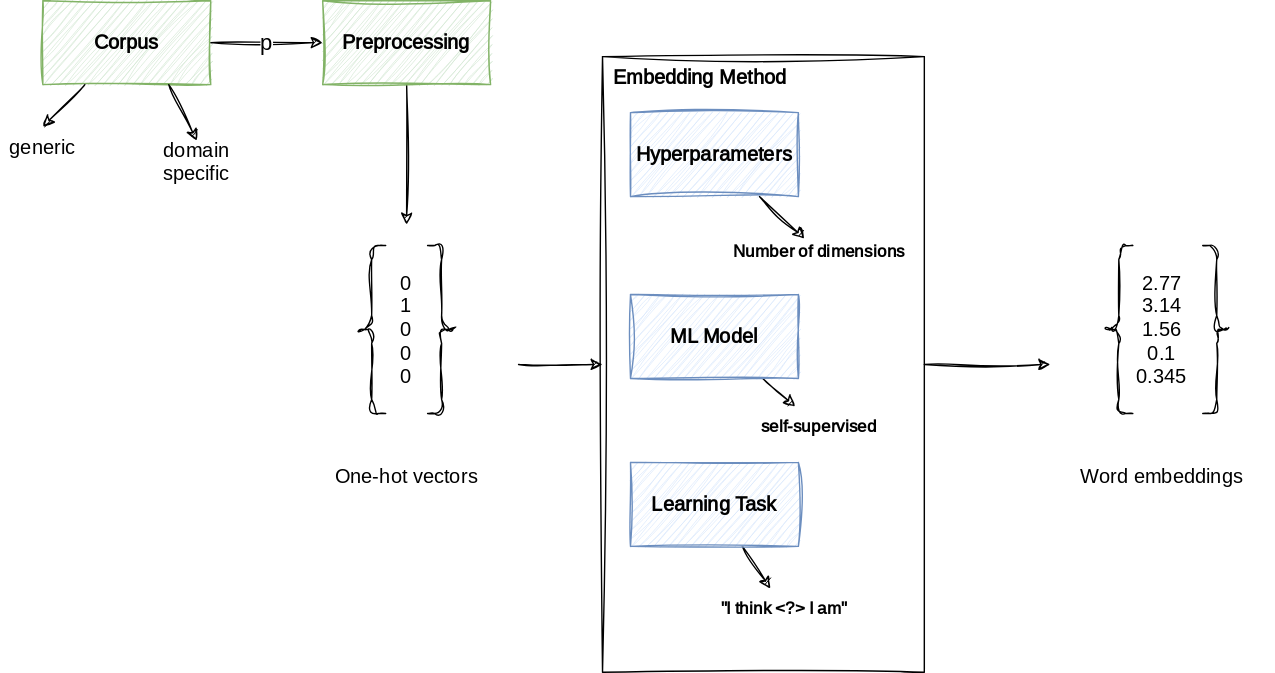
This is docs/img/word-embeddings-process.drawio.svg from pkeilbach/htwg-practical-nlp, a draw.io export, as it was before one commit. Source tidied: cells renumbered, new cells last; positions are measured from the earlier drawing's top-left corner, leaving out a move shared by most shapes. Its diagram source:
```xml
<mxGraphModel>
  <root>
    <mxCell id="0" />
    <mxCell id="1" parent="0" />
    <mxCell id="2" value="p" style="edgeStyle=none;sketch=1;hachureGap=4;jiggle=2;curveFitting=1;html=1;fontFamily=Architects Daughter;fontSource=https%3A%2F%2Ffonts.googleapis.com%2Fcss%3Ffamily%3DArchitects%2BDaughter;fontSize=16;" parent="1" edge="1" source="3" target="5">
      <mxGeometry relative="1" as="geometry" />
    </mxCell>
    <mxCell id="3" value="Corpus" style="rounded=0;whiteSpace=wrap;html=1;sketch=1;fillColor=#d5e8d4;strokeColor=#82b366;fontStyle=1;hachureGap=4;jiggle=2;curveFitting=1;fontFamily=Architects Daughter;fontSource=https%3A%2F%2Ffonts.googleapis.com%2Fcss%3Ffamily%3DArchitects%2BDaughter;fontSize=14;" parent="1" vertex="1">
      <mxGeometry x="30" width="120" height="60" as="geometry" />
    </mxCell>
    <mxCell id="4" style="edgeStyle=none;sketch=1;hachureGap=4;jiggle=2;curveFitting=1;html=1;fontFamily=Architects Daughter;fontSource=https%3A%2F%2Ffonts.googleapis.com%2Fcss%3Ffamily%3DArchitects%2BDaughter;fontSize=14;entryX=0.5;entryY=0;entryDx=0;entryDy=0;" parent="1" edge="1" source="5" target="11">
      <mxGeometry relative="1" as="geometry" />
    </mxCell>
    <mxCell id="5" value="Preprocessing" style="rounded=0;whiteSpace=wrap;html=1;sketch=1;fillColor=#d5e8d4;strokeColor=#82b366;fontStyle=1;hachureGap=4;jiggle=2;curveFitting=1;fontFamily=Architects Daughter;fontSource=https%3A%2F%2Ffonts.googleapis.com%2Fcss%3Ffamily%3DArchitects%2BDaughter;fontSize=14;" parent="1" vertex="1">
      <mxGeometry x="230" width="120" height="60" as="geometry" />
    </mxCell>
    <mxCell id="6" style="edgeStyle=none;sketch=1;hachureGap=4;jiggle=2;curveFitting=1;html=1;fontFamily=Architects Daughter;fontSource=https%3A%2F%2Ffonts.googleapis.com%2Fcss%3Ffamily%3DArchitects%2BDaughter;fontSize=14;entryX=0;entryY=0.5;entryDx=0;entryDy=0;exitX=1;exitY=0.5;exitDx=0;exitDy=0;" parent="1" edge="1" source="7" target="13">
      <mxGeometry relative="1" as="geometry" />
    </mxCell>
    <mxCell id="7" style="swimlane;startSize=0;sketch=1;hachureGap=4;jiggle=2;curveFitting=1;fontFamily=Architects Daughter;fontSource=https%3A%2F%2Ffonts.googleapis.com%2Fcss%3Ffamily%3DArchitects%2BDaughter;fontSize=14;strokeColor=none;" parent="1" vertex="1">
      <mxGeometry x="210" y="160" width="160" height="200" as="geometry" />
    </mxCell>
    <mxCell id="8" value="One-hot vectors" style="text;html=1;strokeColor=none;fillColor=none;align=center;verticalAlign=middle;whiteSpace=wrap;rounded=0;sketch=1;hachureGap=4;jiggle=2;curveFitting=1;fontFamily=Architects Daughter;fontSource=https%3A%2F%2Ffonts.googleapis.com%2Fcss%3Ffamily%3DArchitects%2BDaughter;fontSize=14;" parent="7" vertex="1">
      <mxGeometry x="5" y="165" width="150" height="30" as="geometry" />
    </mxCell>
    <mxCell id="9" style="shape=curlyBracket;whiteSpace=wrap;html=1;rounded=1;labelPosition=left;verticalLabelPosition=middle;align=right;verticalAlign=middle;sketch=1;hachureGap=4;jiggle=2;curveFitting=1;fontFamily=Architects Daughter;fontSource=https%3A%2F%2Ffonts.googleapis.com%2Fcss%3Ffamily%3DArchitects%2BDaughter;fontSize=14;" parent="7" vertex="1">
      <mxGeometry x="45" y="15" width="20" height="120" as="geometry" />
    </mxCell>
    <mxCell id="10" style="shape=curlyBracket;whiteSpace=wrap;html=1;rounded=1;flipH=1;labelPosition=right;verticalLabelPosition=middle;align=left;verticalAlign=middle;sketch=1;hachureGap=4;jiggle=2;curveFitting=1;fontFamily=Architects Daughter;fontSource=https%3A%2F%2Ffonts.googleapis.com%2Fcss%3Ffamily%3DArchitects%2BDaughter;fontSize=14;" parent="7" vertex="1">
      <mxGeometry x="95" y="15" width="20" height="120" as="geometry" />
    </mxCell>
    <mxCell id="11" value="0&lt;br&gt;1&lt;br&gt;0&lt;br&gt;0&lt;br&gt;0" style="text;html=1;strokeColor=none;fillColor=none;align=center;verticalAlign=middle;whiteSpace=wrap;rounded=0;sketch=1;hachureGap=4;jiggle=2;curveFitting=1;fontFamily=Architects Daughter;fontSource=https%3A%2F%2Ffonts.googleapis.com%2Fcss%3Ffamily%3DArchitects%2BDaughter;fontSize=14;" parent="7" vertex="1">
      <mxGeometry x="65" width="30" height="150" as="geometry" />
    </mxCell>
    <mxCell id="12" style="edgeStyle=none;sketch=1;hachureGap=4;jiggle=2;curveFitting=1;html=1;fontFamily=Architects Daughter;fontSource=https%3A%2F%2Ffonts.googleapis.com%2Fcss%3Ffamily%3DArchitects%2BDaughter;fontSize=14;entryX=0;entryY=0.5;entryDx=0;entryDy=0;" parent="1" edge="1" source="13" target="23">
      <mxGeometry relative="1" as="geometry" />
    </mxCell>
    <mxCell id="13" value="Embedding Method" style="swimlane;startSize=0;sketch=1;hachureGap=4;jiggle=2;curveFitting=1;fontFamily=Architects Daughter;fontSource=https%3A%2F%2Ffonts.googleapis.com%2Fcss%3Ffamily%3DArchitects%2BDaughter;fontSize=14;fillColor=none;verticalAlign=top;align=left;labelPosition=center;verticalLabelPosition=middle;spacingLeft=6;" parent="1" vertex="1">
      <mxGeometry x="430" y="40" width="230" height="440" as="geometry" />
    </mxCell>
    <mxCell id="14" style="edgeStyle=none;sketch=1;hachureGap=4;jiggle=2;curveFitting=1;html=1;fontFamily=Architects Daughter;fontSource=https%3A%2F%2Ffonts.googleapis.com%2Fcss%3Ffamily%3DArchitects%2BDaughter;fontSize=12;" parent="13" edge="1" source="15" target="22">
      <mxGeometry relative="1" as="geometry" />
    </mxCell>
    <mxCell id="15" value="ML Model" style="rounded=0;whiteSpace=wrap;html=1;sketch=1;fillColor=#dae8fc;strokeColor=#6c8ebf;fontStyle=1;hachureGap=4;jiggle=2;curveFitting=1;fontFamily=Architects Daughter;fontSource=https%3A%2F%2Ffonts.googleapis.com%2Fcss%3Ffamily%3DArchitects%2BDaughter;fontSize=14;" parent="13" vertex="1">
      <mxGeometry x="20" y="170" width="120" height="60" as="geometry" />
    </mxCell>
    <mxCell id="16" style="edgeStyle=none;sketch=1;hachureGap=4;jiggle=2;curveFitting=1;html=1;fontFamily=Architects Daughter;fontSource=https%3A%2F%2Ffonts.googleapis.com%2Fcss%3Ffamily%3DArchitects%2BDaughter;fontSize=12;" parent="13" edge="1" source="17" target="21">
      <mxGeometry relative="1" as="geometry" />
    </mxCell>
    <mxCell id="17" value="Learning Task" style="rounded=0;whiteSpace=wrap;html=1;sketch=1;fillColor=#dae8fc;strokeColor=#6c8ebf;fontStyle=1;hachureGap=4;jiggle=2;curveFitting=1;fontFamily=Architects Daughter;fontSource=https%3A%2F%2Ffonts.googleapis.com%2Fcss%3Ffamily%3DArchitects%2BDaughter;fontSize=14;" parent="13" vertex="1">
      <mxGeometry x="20" y="290" width="120" height="60" as="geometry" />
    </mxCell>
    <mxCell id="18" style="edgeStyle=none;sketch=1;hachureGap=4;jiggle=2;curveFitting=1;html=1;fontFamily=Architects Daughter;fontSource=https%3A%2F%2Ffonts.googleapis.com%2Fcss%3Ffamily%3DArchitects%2BDaughter;fontSize=14;" parent="13" edge="1" source="19" target="20">
      <mxGeometry relative="1" as="geometry" />
    </mxCell>
    <mxCell id="19" value="Hyperparameters" style="rounded=0;whiteSpace=wrap;html=1;sketch=1;fillColor=#dae8fc;strokeColor=#6c8ebf;fontStyle=1;hachureGap=4;jiggle=2;curveFitting=1;fontFamily=Architects Daughter;fontSource=https%3A%2F%2Ffonts.googleapis.com%2Fcss%3Ffamily%3DArchitects%2BDaughter;fontSize=14;" parent="13" vertex="1">
      <mxGeometry x="20" y="40" width="120" height="60" as="geometry" />
    </mxCell>
    <mxCell id="20" value="Number of dimensions" style="text;html=1;strokeColor=none;fillColor=none;align=center;verticalAlign=middle;whiteSpace=wrap;rounded=0;sketch=1;hachureGap=4;jiggle=2;curveFitting=1;fontFamily=Architects Daughter;fontSource=https%3A%2F%2Ffonts.googleapis.com%2Fcss%3Ffamily%3DArchitects%2BDaughter;fontSize=12;fontStyle=1;" parent="13" vertex="1">
      <mxGeometry x="90" y="130" width="130" height="20" as="geometry" />
    </mxCell>
    <mxCell id="21" value="&quot;I think &amp;lt;?&amp;gt; I am&quot;" style="text;html=1;strokeColor=none;fillColor=none;align=center;verticalAlign=middle;whiteSpace=wrap;rounded=0;sketch=1;hachureGap=4;jiggle=2;curveFitting=1;fontFamily=Architects Daughter;fontSource=https%3A%2F%2Ffonts.googleapis.com%2Fcss%3Ffamily%3DArchitects%2BDaughter;fontSize=12;fontStyle=1;" parent="13" vertex="1">
      <mxGeometry x="70" y="380" width="120" height="30" as="geometry" />
    </mxCell>
    <mxCell id="22" value="self-supervised" style="text;html=1;strokeColor=none;fillColor=none;align=center;verticalAlign=middle;whiteSpace=wrap;rounded=0;sketch=1;hachureGap=4;jiggle=2;curveFitting=1;fontFamily=Architects Daughter;fontSource=https%3A%2F%2Ffonts.googleapis.com%2Fcss%3Ffamily%3DArchitects%2BDaughter;fontSize=12;fontStyle=1;" parent="13" vertex="1">
      <mxGeometry x="105" y="250" width="100" height="30" as="geometry" />
    </mxCell>
    <mxCell id="23" style="swimlane;startSize=0;sketch=1;hachureGap=4;jiggle=2;curveFitting=1;fontFamily=Architects Daughter;fontSource=https%3A%2F%2Ffonts.googleapis.com%2Fcss%3Ffamily%3DArchitects%2BDaughter;fontSize=14;strokeColor=none;" parent="1" vertex="1">
      <mxGeometry x="750" y="160" width="160" height="200" as="geometry" />
    </mxCell>
    <mxCell id="24" value="Word embeddings" style="text;html=1;strokeColor=none;fillColor=none;align=center;verticalAlign=middle;whiteSpace=wrap;rounded=0;sketch=1;hachureGap=4;jiggle=2;curveFitting=1;fontFamily=Architects Daughter;fontSource=https%3A%2F%2Ffonts.googleapis.com%2Fcss%3Ffamily%3DArchitects%2BDaughter;fontSize=14;" parent="23" vertex="1">
      <mxGeometry x="5" y="165" width="150" height="30" as="geometry" />
    </mxCell>
    <mxCell id="25" style="shape=curlyBracket;whiteSpace=wrap;html=1;rounded=1;labelPosition=left;verticalLabelPosition=middle;align=right;verticalAlign=middle;sketch=1;hachureGap=4;jiggle=2;curveFitting=1;fontFamily=Architects Daughter;fontSource=https%3A%2F%2Ffonts.googleapis.com%2Fcss%3Ffamily%3DArchitects%2BDaughter;fontSize=14;" parent="23" vertex="1">
      <mxGeometry x="39" y="15" width="20" height="120" as="geometry" />
    </mxCell>
    <mxCell id="26" style="shape=curlyBracket;whiteSpace=wrap;html=1;rounded=1;flipH=1;labelPosition=right;verticalLabelPosition=middle;align=left;verticalAlign=middle;sketch=1;hachureGap=4;jiggle=2;curveFitting=1;fontFamily=Architects Daughter;fontSource=https%3A%2F%2Ffonts.googleapis.com%2Fcss%3Ffamily%3DArchitects%2BDaughter;fontSize=14;" parent="23" vertex="1">
      <mxGeometry x="109" y="15" width="20" height="120" as="geometry" />
    </mxCell>
    <mxCell id="27" value="2.77&lt;br&gt;3.14&lt;br&gt;1.56&lt;br&gt;0.1&lt;br&gt;0.345" style="text;html=1;strokeColor=none;fillColor=none;align=center;verticalAlign=middle;whiteSpace=wrap;rounded=0;sketch=1;hachureGap=4;jiggle=2;curveFitting=1;fontFamily=Architects Daughter;fontSource=https%3A%2F%2Ffonts.googleapis.com%2Fcss%3Ffamily%3DArchitects%2BDaughter;fontSize=14;" parent="23" vertex="1">
      <mxGeometry x="65" width="30" height="150" as="geometry" />
    </mxCell>
    <mxCell id="28" value="generic" style="text;html=1;strokeColor=none;fillColor=none;align=center;verticalAlign=middle;whiteSpace=wrap;rounded=0;sketch=1;hachureGap=4;jiggle=2;curveFitting=1;fontFamily=Architects Daughter;fontSource=https%3A%2F%2Ffonts.googleapis.com%2Fcss%3Ffamily%3DArchitects%2BDaughter;fontSize=14;" parent="1" vertex="1">
      <mxGeometry y="90" width="60" height="30" as="geometry" />
    </mxCell>
    <mxCell id="29" style="endArrow=classic;html=1;sketch=1;hachureGap=4;jiggle=2;curveFitting=1;fontFamily=Architects Daughter;fontSource=https%3A%2F%2Ffonts.googleapis.com%2Fcss%3Ffamily%3DArchitects%2BDaughter;fontSize=14;exitX=0.25;exitY=1;exitDx=0;exitDy=0;entryX=0.5;entryY=0;entryDx=0;entryDy=0;" parent="1" edge="1" source="3" target="28">
      <mxGeometry relative="1" as="geometry" />
    </mxCell>
    <mxCell id="30" value="domain specific" style="text;html=1;strokeColor=none;fillColor=none;align=center;verticalAlign=middle;whiteSpace=wrap;rounded=0;sketch=1;hachureGap=4;jiggle=2;curveFitting=1;fontFamily=Architects Daughter;fontSource=https%3A%2F%2Ffonts.googleapis.com%2Fcss%3Ffamily%3DArchitects%2BDaughter;fontSize=14;" parent="1" vertex="1">
      <mxGeometry x="110" y="100" width="60" height="30" as="geometry" />
    </mxCell>
    <mxCell id="31" style="endArrow=classic;html=1;sketch=1;hachureGap=4;jiggle=2;curveFitting=1;fontFamily=Architects Daughter;fontSource=https%3A%2F%2Ffonts.googleapis.com%2Fcss%3Ffamily%3DArchitects%2BDaughter;fontSize=14;exitX=0.75;exitY=1;exitDx=0;exitDy=0;entryX=0.5;entryY=0;entryDx=0;entryDy=0;" parent="1" edge="1" source="3" target="30">
      <mxGeometry relative="1" as="geometry" />
    </mxCell>
  </root>
</mxGraphModel>
```
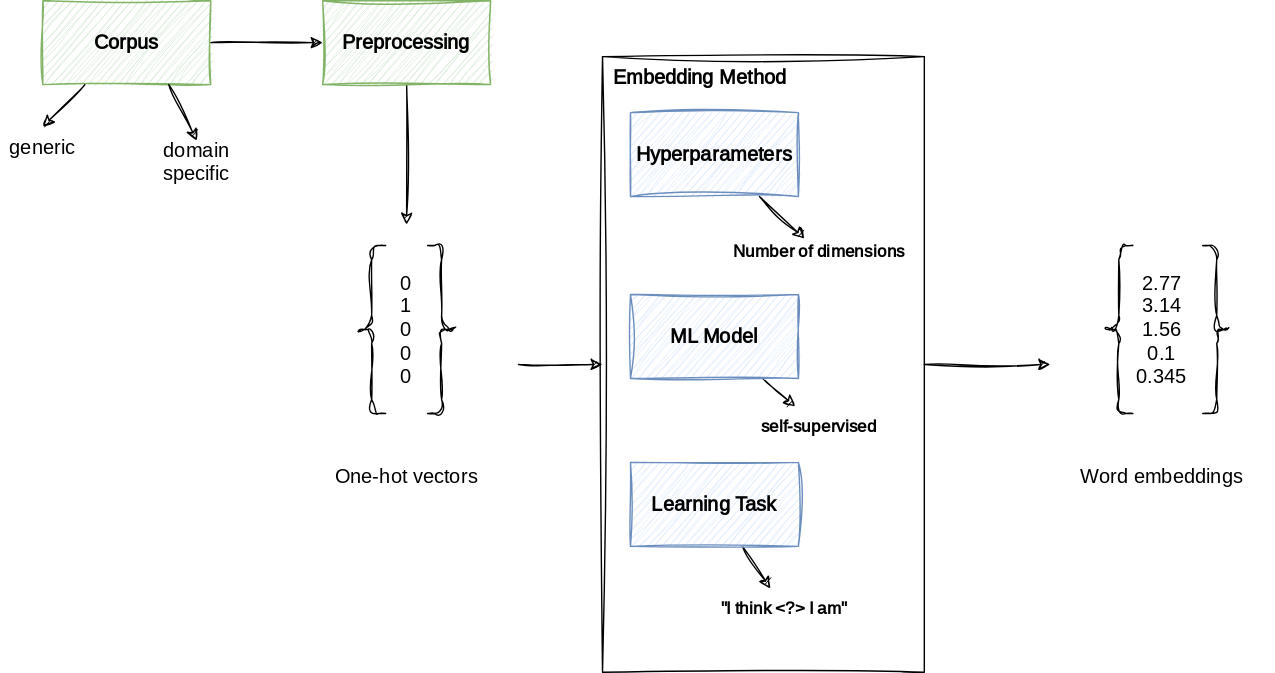
After the commit.

What changed in the source:
```diff
@@ -2,7 +2,7 @@
   <root>
     <mxCell id="0" />
     <mxCell id="1" parent="0" />
-    <mxCell id="2" value="p" style="edgeStyle=none;sketch=1;hachureGap=4;jiggle=2;curveFitting=1;html=1;fontFamily=Architects Daughter;fontSource=https%3A%2F%2Ffonts.googleapis.com%2Fcss%3Ffamily%3DArchitects%2BDaughter;fontSize=16;" parent="1" edge="1" source="3" target="5">
+    <mxCell id="2" style="edgeStyle=none;sketch=1;hachureGap=4;jiggle=2;curveFitting=1;html=1;fontFamily=Architects Daughter;fontSource=https%3A%2F%2Ffonts.googleapis.com%2Fcss%3Ffamily%3DArchitects%2BDaughter;fontSize=16;" parent="1" edge="1" source="3" target="5">
       <mxGeometry relative="1" as="geometry" />
     </mxCell>
     <mxCell id="3" value="Corpus" style="rounded=0;whiteSpace=wrap;html=1;sketch=1;fillColor=#d5e8d4;strokeColor=#82b366;fontStyle=1;hachureGap=4;jiggle=2;curveFitting=1;fontFamily=Architects Daughter;fontSource=https%3A%2F%2Ffonts.googleapis.com%2Fcss%3Ffamily%3DArchitects%2BDaughter;fontSize=14;" parent="1" vertex="1">
```
